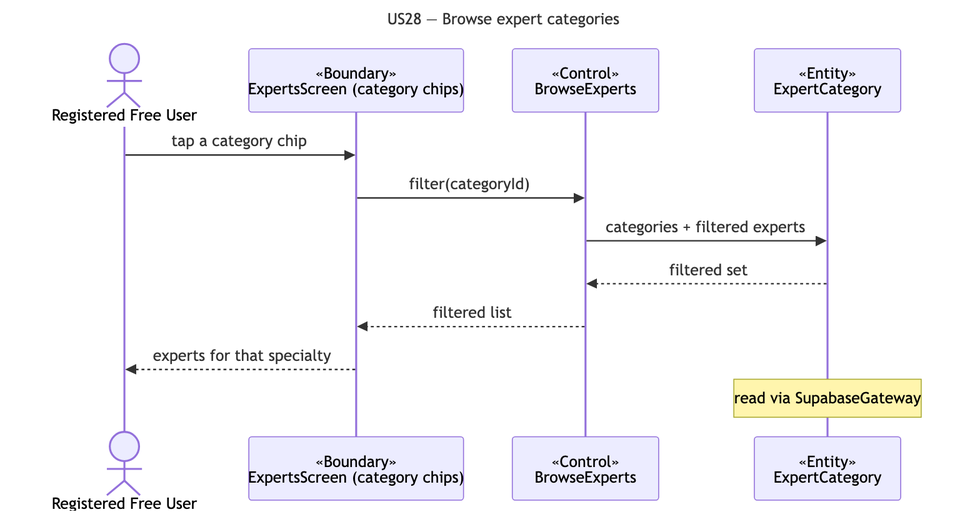
This is docs/deliverables/sequence-diagrams/US28-browse-categories.png from cyuanjun/FYP-26-S2-37-app, a Mermaid export, as it was before one commit. Its source is kept beside it as docs/deliverables/sequence-diagrams/src/US28-browse-categories.mmd.
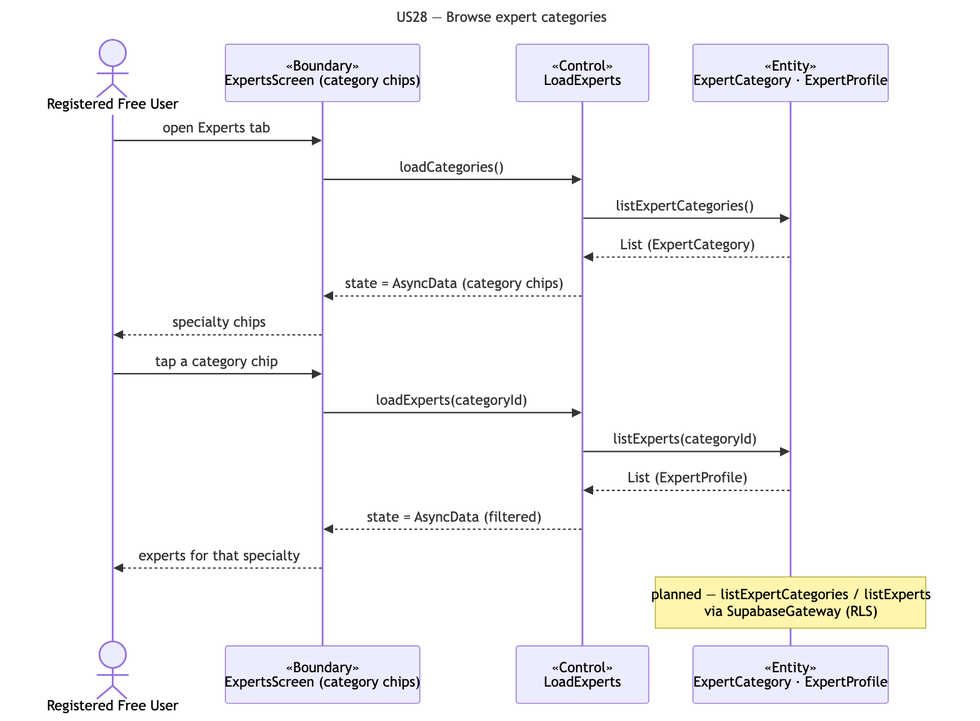
The same diagram one commit later.

The edit, as a diff of the source:
```diff
@@ -4,12 +4,18 @@
 sequenceDiagram
   actor A as Registered Free User
   participant B as «Boundary»<br/>ExpertsScreen (category chips)
-  participant C as «Control»<br/>BrowseExperts
-  participant E as «Entity»<br/>ExpertCategory
+  participant C as «Control»<br/>LoadExperts
+  participant E as «Entity»<br/>ExpertCategory · ExpertProfile
+  A->>B: open Experts tab
+  B->>C: loadCategories()
+  C->>E: listExpertCategories()
+  E-->>C: List (ExpertCategory)
+  C-->>B: state = AsyncData (category chips)
+  B-->>A: specialty chips
   A->>B: tap a category chip
-  B->>C: filter(categoryId)
-  C->>E: categories + filtered experts
-  E-->>C: filtered set
-  C-->>B: filtered list
+  B->>C: loadExperts(categoryId)
+  C->>E: listExperts(categoryId)
+  E-->>C: List (ExpertProfile)
+  C-->>B: state = AsyncData (filtered)
   B-->>A: experts for that specialty
-  note over E: read via SupabaseGateway
+  note over E: planned — listExpertCategories / listExperts<br/>via SupabaseGateway (RLS)
```
